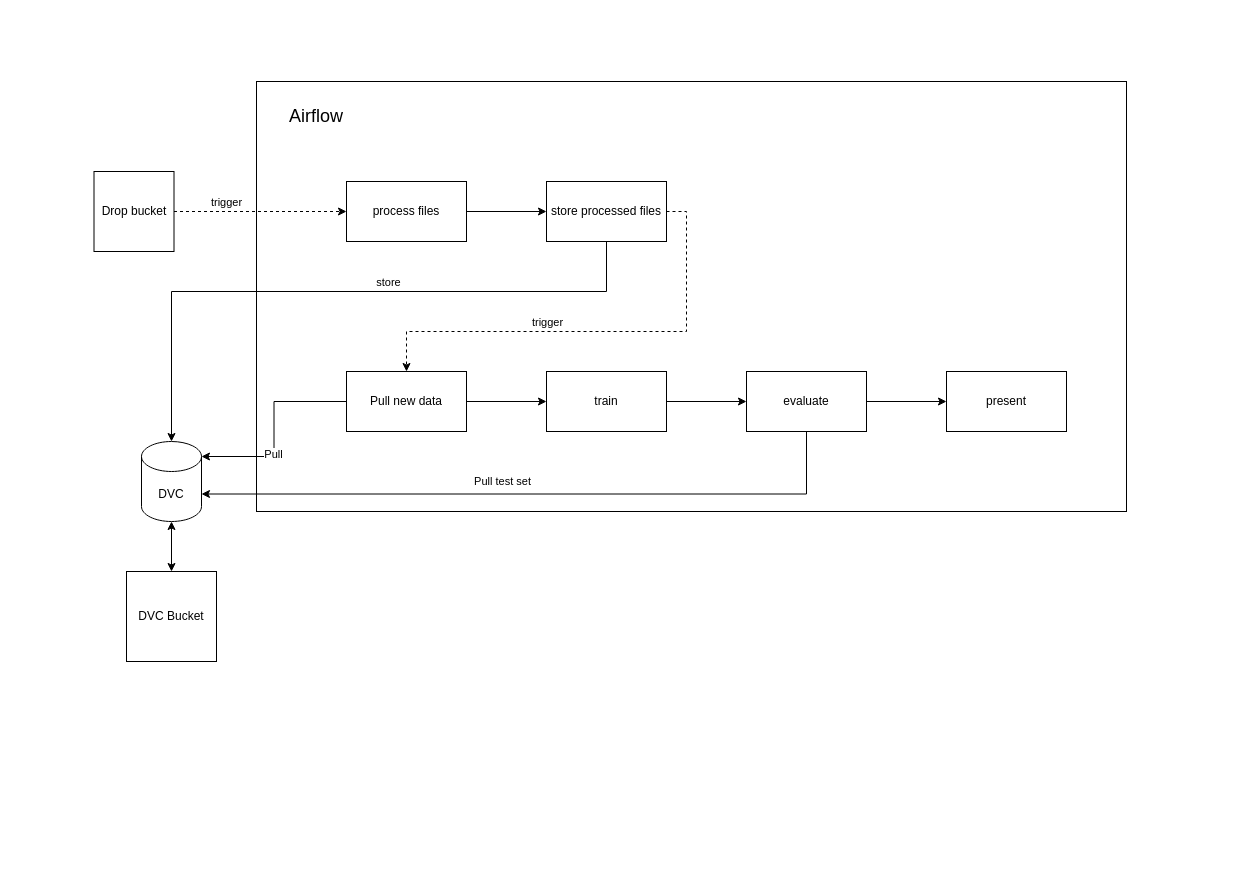
Above: MLOps-Project.drawio in Gallouche/MLOps-Project (draw.io), before the change. Source tidied: cells renumbered, new cells numbered last; positions are measured from the earlier drawing's top-left corner, leaving out a move shared by most shapes. Both pictures are drawn from the tidied source at 100%, with x=0, y=0 at pixel (94, 81).
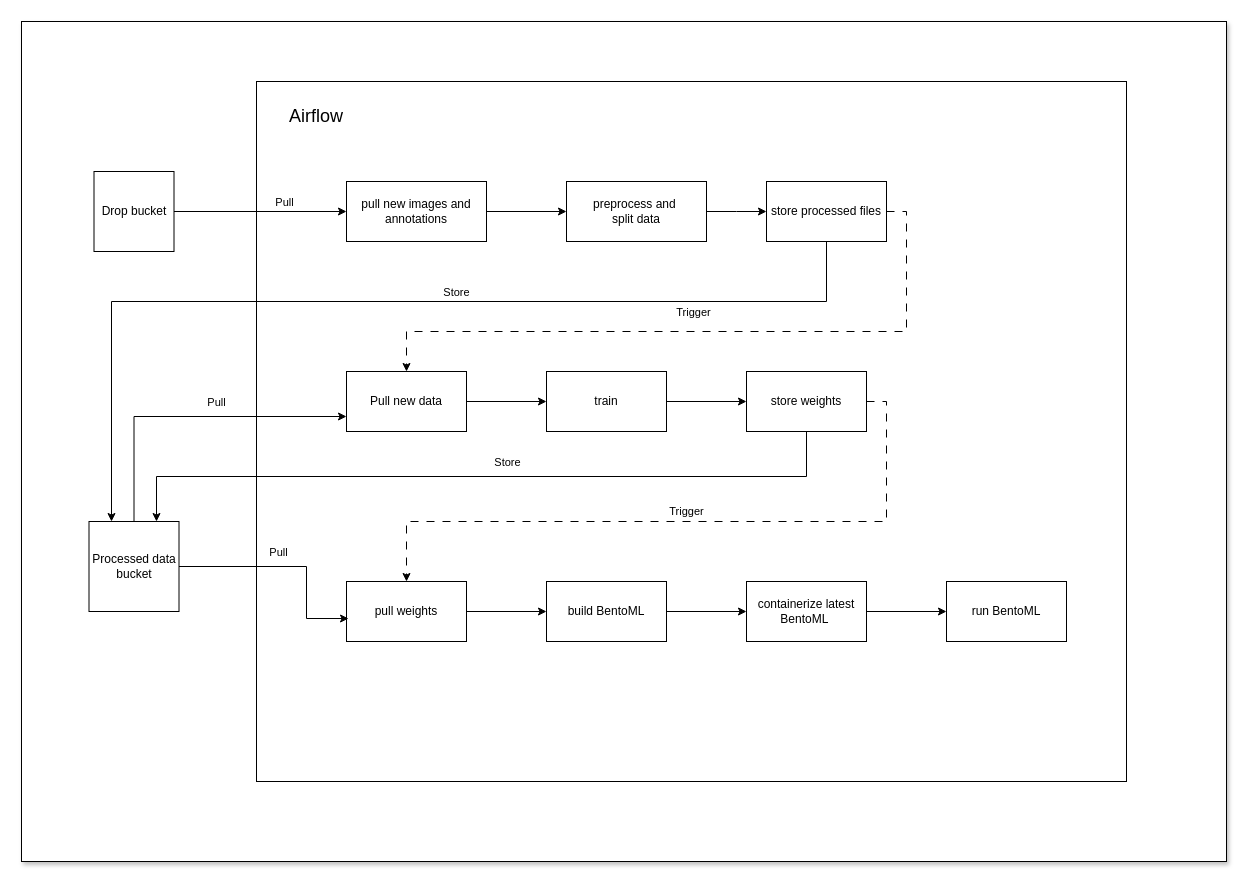
The same diagram, later.

The change refers to these unchanged cells:
```xml
<mxCell id="5" value="Drop bucket" style="whiteSpace=wrap;html=1;" parent="1" vertex="1">
  <mxGeometry x="-0.5" y="90" width="80" height="80" as="geometry" />
</mxCell>
<mxCell id="14" value="Pull new data" style="rounded=0;whiteSpace=wrap;html=1;" parent="1" vertex="1">
  <mxGeometry x="252" y="290" width="120" height="60" as="geometry" />
</mxCell>
```

Change to the diagram source:
```diff
@@
+    <mxCell id="28" style="rounded=0;whiteSpace=wrap;html=1;shadow=1;" parent="1" vertex="1">
+      <mxGeometry x="-73" y="-60" width="1205" height="840" as="geometry" />
+    </mxCell>
     <mxCell id="2" style="rounded=0;whiteSpace=wrap;html=1;" parent="1" vertex="1">
-      <mxGeometry x="162" width="870" height="430" as="geometry" />
+      <mxGeometry x="162" width="870" height="700" as="geometry" />
     </mxCell>
-    <mxCell id="3" style="edgeStyle=orthogonalEdgeStyle;rounded=0;jettySize=auto;html=1;exitX=1;exitY=0.5;exitDx=0;exitDy=0;entryX=0;entryY=0.5;entryDx=0;entryDy=0;dashed=1;" parent="1" edge="1" source="5" target="9">
-      <mxGeometry relative="1" as="geometry" />
-    </mxCell>
-    <mxCell id="4" value="trigger" style="edgeLabel;html=1;align=center;verticalAlign=middle;" parent="3" vertex="1">
-      <mxGeometry x="-0.52" y="-1" relative="1" as="geometry">
-        <mxPoint x="11" y="-11" as="offset" />
-      </mxGeometry>
-    </mxCell>
@@
-    <mxCell id="7" value="DVC" style="shape=cylinder3;whiteSpace=wrap;html=1;boundedLbl=1;backgroundOutline=1;size=15;" parent="1" vertex="1">
-      <mxGeometry x="47" y="360" width="60" height="80" as="geometry" />
-    </mxCell>
-    <mxCell id="8" style="edgeStyle=orthogonalEdgeStyle;rounded=0;jettySize=auto;html=1;" parent="1" edge="1" source="9" target="12">
-      <mxGeometry relative="1" as="geometry" />
-    </mxCell>
+    <mxCell id="29" style="edgeStyle=orthogonalEdgeStyle;rounded=0;jettySize=auto;html=1;" parent="1" edge="1" source="9" target="41">
+      <mxGeometry relative="1" as="geometry" />
+    </mxCell>
+    <mxCell id="30" style="edgeStyle=orthogonalEdgeStyle;rounded=0;jettySize=auto;html=1;exitX=0;exitY=0.5;exitDx=0;exitDy=0;endArrow=none;endFill=0;startArrow=classic;startFill=1;" parent="1" edge="1" source="9" target="5">
+      <mxGeometry relative="1" as="geometry" />
+    </mxCell>
+    <mxCell id="31" value="Pull" style="edgeLabel;html=1;align=center;verticalAlign=middle;" parent="30" vertex="1">
+      <mxGeometry x="-0.27" relative="1" as="geometry">
+        <mxPoint y="-10" as="offset" />
+      </mxGeometry>
+    </mxCell>
-    <mxCell id="9" value="process files" style="rounded=0;whiteSpace=wrap;html=1;" parent="1" vertex="1">
-      <mxGeometry x="252" y="100" width="120" height="60" as="geometry" />
+    <mxCell id="9" value="pull new images and annotations" style="rounded=0;whiteSpace=wrap;html=1;" parent="1" vertex="1">
+      <mxGeometry x="252" y="100" width="140" height="60" as="geometry" />
     </mxCell>
-    <mxCell id="10" style="edgeStyle=orthogonalEdgeStyle;rounded=0;jettySize=auto;html=1;exitX=1;exitY=0.5;exitDx=0;exitDy=0;entryX=0.5;entryY=0;entryDx=0;entryDy=0;dashed=1;" parent="1" edge="1" source="12" target="14">
+    <mxCell id="10" style="edgeStyle=orthogonalEdgeStyle;rounded=0;jettySize=auto;html=1;exitX=1;exitY=0.5;exitDx=0;exitDy=0;entryX=0.5;entryY=0;entryDx=0;entryDy=0;dashed=1;dashPattern=8 8;" parent="1" edge="1" source="12" target="14">
       <mxGeometry relative="1" as="geometry">
         <Array as="points">
-          <mxPoint x="592" y="130" />
-          <mxPoint x="592" y="250" />
+          <mxPoint x="812" y="130" />
+          <mxPoint x="812" y="250" />
           <mxPoint x="312" y="250" />
         </Array>
       </mxGeometry>
     </mxCell>
-    <mxCell id="11" value="trigger" style="edgeLabel;html=1;align=center;verticalAlign=middle;" parent="10" vertex="1">
-      <mxGeometry x="0.22" y="-4" relative="1" as="geometry">
-        <mxPoint x="1" y="-6" as="offset" />
-      </mxGeometry>
-    </mxCell>
+    <mxCell id="32" value="Trigger" style="edgeLabel;html=1;align=center;verticalAlign=middle;" parent="10" vertex="1">
+      <mxGeometry x="0.02" y="1" relative="1" as="geometry">
+        <mxPoint x="-7" y="-21" as="offset" />
+      </mxGeometry>
+    </mxCell>
+    <mxCell id="33" style="edgeStyle=orthogonalEdgeStyle;rounded=0;jettySize=auto;html=1;exitX=0.5;exitY=1;exitDx=0;exitDy=0;entryX=0.25;entryY=0;entryDx=0;entryDy=0;" parent="1" edge="1" source="12" target="20">
+      <mxGeometry relative="1" as="geometry">
+        <Array as="points">
+          <mxPoint x="732" y="220" />
+          <mxPoint x="17" y="220" />
+        </Array>
+      </mxGeometry>
+    </mxCell>
+    <mxCell id="34" value="Store" style="edgeLabel;html=1;align=center;verticalAlign=middle;" parent="33" vertex="1">
+      <mxGeometry x="-0.01" y="3" relative="1" as="geometry">
+        <mxPoint x="62" y="-13" as="offset" />
+      </mxGeometry>
+    </mxCell>
     <mxCell id="12" value="store processed files" style="rounded=0;whiteSpace=wrap;html=1;" parent="1" vertex="1">
-      <mxGeometry x="452" y="100" width="120" height="60" as="geometry" />
+      <mxGeometry x="672" y="100" width="120" height="60" as="geometry" />
     </mxCell>
@@
+    <mxCell id="35" style="edgeStyle=orthogonalEdgeStyle;rounded=0;jettySize=auto;html=1;exitX=0;exitY=0.75;exitDx=0;exitDy=0;entryX=0.5;entryY=0;entryDx=0;entryDy=0;endArrow=none;endFill=0;startArrow=classic;startFill=1;" parent="1" edge="1" source="14" target="20">
+      <mxGeometry relative="1" as="geometry" />
+    </mxCell>
+    <mxCell id="36" value="Pull" style="edgeLabel;html=1;align=center;verticalAlign=middle;" parent="35" vertex="1">
+      <mxGeometry x="-0.02" relative="1" as="geometry">
+        <mxPoint x="25" y="-15" as="offset" />
+      </mxGeometry>
+    </mxCell>
@@
-    <mxCell id="15" style="edgeStyle=orthogonalEdgeStyle;rounded=0;jettySize=auto;html=1;exitX=0;exitY=0.5;exitDx=0;exitDy=0;entryX=1;entryY=0;entryDx=0;entryDy=15;entryPerimeter=0;startArrow=none;startFill=0;endArrow=classic;endFill=1;" parent="1" edge="1" source="14" target="7">
-      <mxGeometry relative="1" as="geometry" />
-    </mxCell>
-    <mxCell id="16" value="Pull" style="edgeLabel;html=1;align=center;verticalAlign=middle;" parent="15" vertex="1">
-      <mxGeometry x="0.25" y="-1" relative="1" as="geometry" />
-    </mxCell>
@@
-    <mxCell id="19" style="edgeStyle=orthogonalEdgeStyle;rounded=0;jettySize=auto;html=1;startArrow=classic;startFill=1;" parent="1" edge="1" source="20" target="7">
-      <mxGeometry relative="1" as="geometry" />
-    </mxCell>
-    <mxCell id="20" value="DVC Bucket" style="whiteSpace=wrap;html=1;" parent="1" vertex="1">
-      <mxGeometry x="32" y="490" width="90" height="90" as="geometry" />
+    <mxCell id="20" value="Processed data bucket" style="whiteSpace=wrap;html=1;" parent="1" vertex="1">
+      <mxGeometry x="-5.5" y="440" width="90" height="90" as="geometry" />
     </mxCell>
-    <mxCell id="21" style="edgeStyle=orthogonalEdgeStyle;rounded=0;jettySize=auto;html=1;" parent="1" edge="1" source="22" target="23">
-      <mxGeometry relative="1" as="geometry" />
-    </mxCell>
+    <mxCell id="37" value="Trigger" style="edgeStyle=orthogonalEdgeStyle;rounded=0;jettySize=auto;html=1;exitX=1;exitY=0.5;exitDx=0;exitDy=0;entryX=0.5;entryY=0;entryDx=0;entryDy=0;dashed=1;dashPattern=8 8;" parent="1" edge="1" source="22" target="43">
+      <mxGeometry y="-10" relative="1" as="geometry">
+        <Array as="points">
+          <mxPoint x="792" y="320" />
+          <mxPoint x="792" y="440" />
+          <mxPoint x="312" y="440" />
+        </Array>
+      </mxGeometry>
+    </mxCell>
+    <mxCell id="38" style="edgeStyle=orthogonalEdgeStyle;rounded=0;jettySize=auto;html=1;exitX=0.5;exitY=1;exitDx=0;exitDy=0;entryX=0.75;entryY=0;entryDx=0;entryDy=0;" parent="1" edge="1" source="22" target="20">
+      <mxGeometry relative="1" as="geometry" />
+    </mxCell>
+    <mxCell id="39" value="Store" style="edgeLabel;html=1;align=center;verticalAlign=middle;" parent="38" vertex="1">
+      <mxGeometry x="0.06" y="-3" relative="1" as="geometry">
+        <mxPoint x="47" y="-12" as="offset" />
+      </mxGeometry>
+    </mxCell>
-    <mxCell id="22" value="evaluate" style="rounded=0;whiteSpace=wrap;html=1;" parent="1" vertex="1">
+    <mxCell id="22" value="store weights" style="rounded=0;whiteSpace=wrap;html=1;" parent="1" vertex="1">
       <mxGeometry x="652" y="290" width="120" height="60" as="geometry" />
     </mxCell>
-    <mxCell id="23" value="present" style="rounded=0;whiteSpace=wrap;html=1;" parent="1" vertex="1">
-      <mxGeometry x="852" y="290" width="120" height="60" as="geometry" />
-    </mxCell>
-    <mxCell id="24" style="edgeStyle=orthogonalEdgeStyle;rounded=0;jettySize=auto;html=1;exitX=0.5;exitY=1;exitDx=0;exitDy=0;entryX=0.5;entryY=0;entryDx=0;entryDy=0;entryPerimeter=0;" parent="1" edge="1" source="12" target="7">
-      <mxGeometry relative="1" as="geometry">
-        <Array as="points">
-          <mxPoint x="512" y="210" />
-          <mxPoint x="77" y="210" />
-        </Array>
-      </mxGeometry>
-    </mxCell>
-    <mxCell id="25" value="store" style="edgeLabel;html=1;align=center;verticalAlign=middle;" parent="24" vertex="1">
-      <mxGeometry x="-0.16" y="-1" relative="1" as="geometry">
-        <mxPoint x="-2" y="-9" as="offset" />
-      </mxGeometry>
-    </mxCell>
-    <mxCell id="26" style="edgeStyle=orthogonalEdgeStyle;rounded=0;jettySize=auto;html=1;exitX=0.5;exitY=1;exitDx=0;exitDy=0;entryX=1;entryY=0;entryDx=0;entryDy=52.5;entryPerimeter=0;" parent="1" edge="1" source="22" target="7">
-      <mxGeometry relative="1" as="geometry" />
-    </mxCell>
-    <mxCell id="27" value="Pull test set" style="edgeLabel;html=1;align=center;verticalAlign=middle;" parent="26" vertex="1">
-      <mxGeometry x="0.1" relative="1" as="geometry">
-        <mxPoint y="-13" as="offset" />
-      </mxGeometry>
-    </mxCell>
+    <mxCell id="40" style="edgeStyle=orthogonalEdgeStyle;rounded=0;jettySize=auto;html=1;" parent="1" edge="1" source="41">
+      <mxGeometry relative="1" as="geometry">
+        <mxPoint x="672" y="130" as="targetPoint" />
+      </mxGeometry>
+    </mxCell>
+    <mxCell id="41" value="preprocess and&amp;nbsp;&lt;div&gt;s&lt;span style=&quot;background-color: initial;&quot;&gt;plit data&lt;/span&gt;&lt;/div&gt;" style="rounded=0;whiteSpace=wrap;html=1;" parent="1" vertex="1">
+      <mxGeometry x="472" y="100" width="140" height="60" as="geometry" />
+    </mxCell>
+    <mxCell id="42" style="edgeStyle=orthogonalEdgeStyle;rounded=0;jettySize=auto;html=1;" parent="1" edge="1" source="43" target="45">
+      <mxGeometry relative="1" as="geometry" />
+    </mxCell>
+    <mxCell id="43" value="pull weights" style="rounded=0;whiteSpace=wrap;html=1;" parent="1" vertex="1">
+      <mxGeometry x="252" y="500" width="120" height="60" as="geometry" />
+    </mxCell>
+    <mxCell id="44" style="edgeStyle=orthogonalEdgeStyle;rounded=0;jettySize=auto;html=1;" parent="1" edge="1" source="45" target="47">
+      <mxGeometry relative="1" as="geometry" />
+    </mxCell>
+    <mxCell id="45" value="build BentoML" style="rounded=0;whiteSpace=wrap;html=1;" parent="1" vertex="1">
+      <mxGeometry x="452" y="500" width="120" height="60" as="geometry" />
+    </mxCell>
+    <mxCell id="46" style="edgeStyle=orthogonalEdgeStyle;rounded=0;jettySize=auto;html=1;" parent="1" edge="1" source="47" target="48">
+      <mxGeometry relative="1" as="geometry" />
+    </mxCell>
+    <mxCell id="47" value="containerize latest BentoML&amp;nbsp;" style="rounded=0;whiteSpace=wrap;html=1;" parent="1" vertex="1">
+      <mxGeometry x="652" y="500" width="120" height="60" as="geometry" />
+    </mxCell>
+    <mxCell id="48" value="run BentoML" style="rounded=0;whiteSpace=wrap;html=1;" parent="1" vertex="1">
+      <mxGeometry x="852" y="500" width="120" height="60" as="geometry" />
+    </mxCell>
+    <mxCell id="49" style="edgeStyle=orthogonalEdgeStyle;rounded=0;jettySize=auto;html=1;exitX=1;exitY=0.5;exitDx=0;exitDy=0;entryX=0.017;entryY=0.617;entryDx=0;entryDy=0;entryPerimeter=0;" parent="1" edge="1" source="20" target="43">
+      <mxGeometry relative="1" as="geometry">
+        <Array as="points">
+          <mxPoint x="212" y="485" />
+          <mxPoint x="212" y="537" />
+        </Array>
+      </mxGeometry>
+    </mxCell>
+    <mxCell id="50" value="Pull" style="edgeLabel;html=1;align=center;verticalAlign=middle;" parent="49" vertex="1">
+      <mxGeometry x="-0.02" y="4" relative="1" as="geometry">
+        <mxPoint x="-10" y="-11" as="offset" />
+      </mxGeometry>
+    </mxCell>
```
